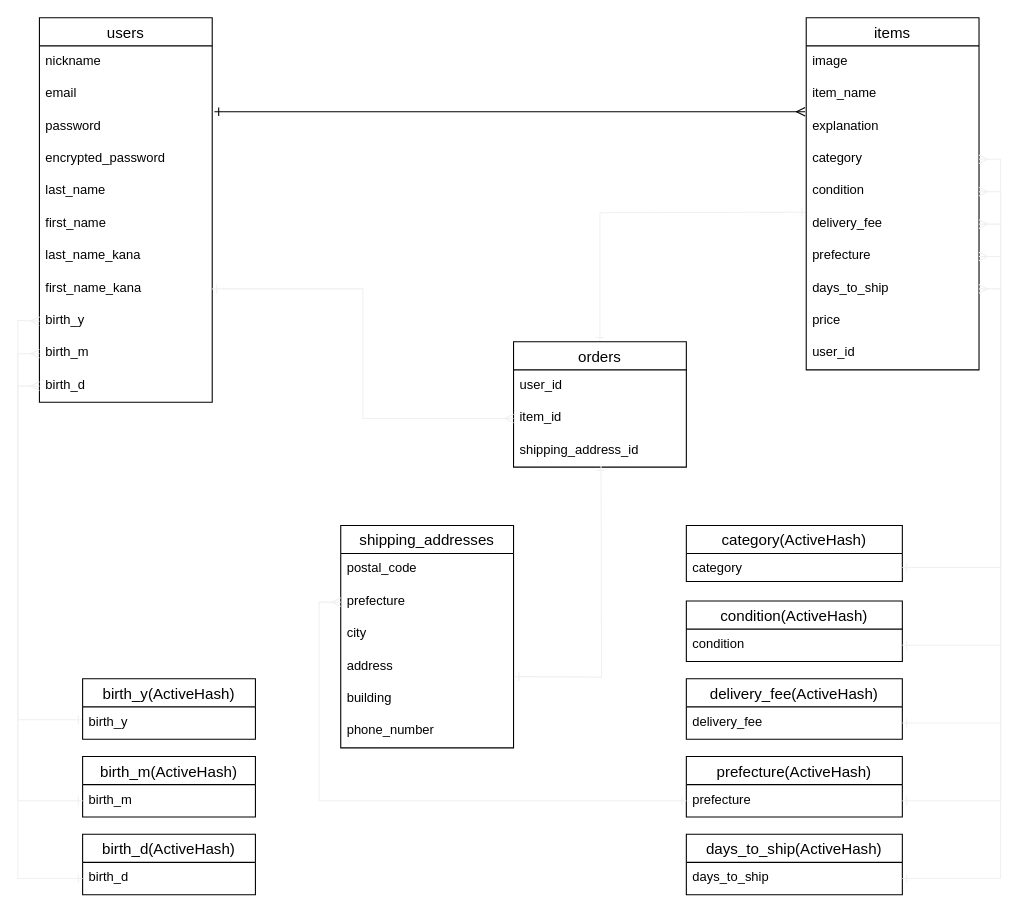
Before: furima.dio in 30155/furima-36764, a draw.io diagram. Source tidied: cells renumbered, new cells numbered last; positions are measured from the earlier drawing's top-left corner, leaving out a move shared by most shapes. Both pictures are drawn from the tidied source at 108%, with x=0, y=0 at pixel (17, 17).
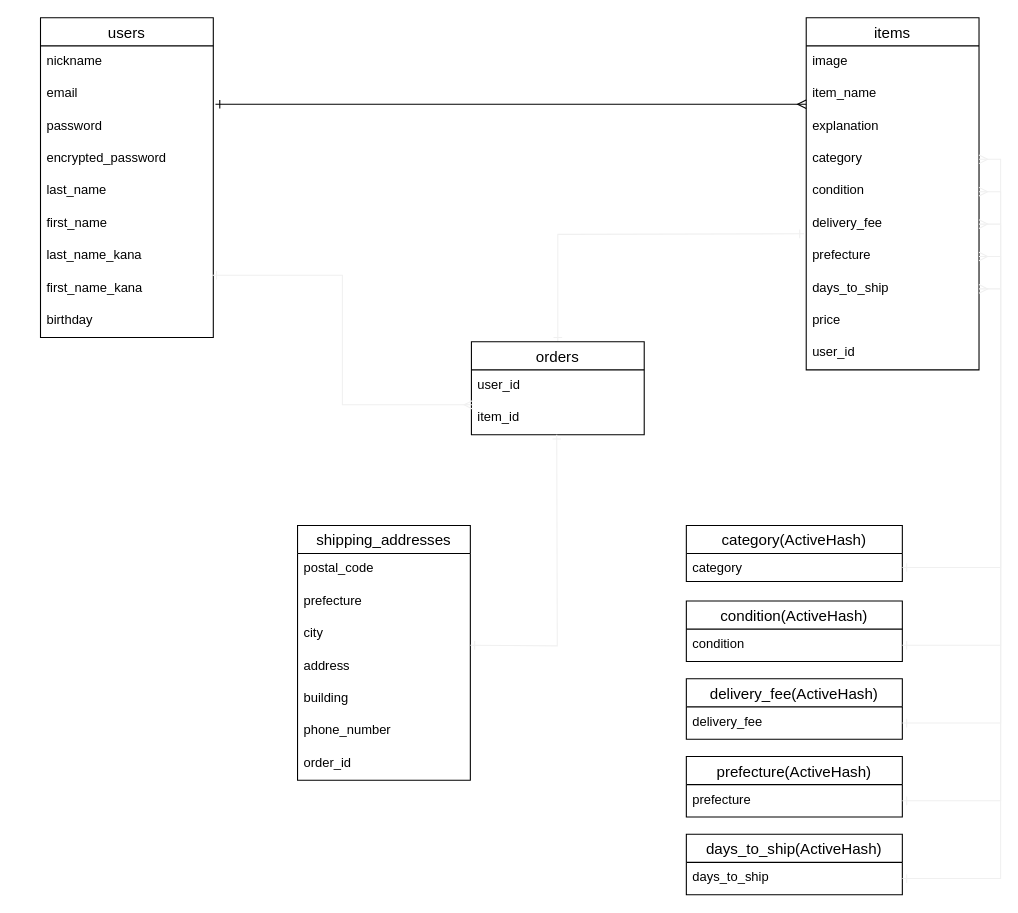
The same page after the edit.

Commit message (it also covers changes not shown here):
データベース設計（修正1）

The change refers to these unchanged cells:
```xml
<mxCell id="9" value="last_name_kana" style="text;strokeColor=none;fillColor=none;spacingLeft=4;spacingRight=4;overflow=hidden;points=[[0,0.5],[1,0.5]];portConstraint=eastwest;fontSize=12;" parent="2" vertex="1">
  <mxGeometry y="206" width="160" height="30" as="geometry" />
</mxCell>
<mxCell id="10" value="first_name_kana" style="text;strokeColor=none;fillColor=none;spacingLeft=4;spacingRight=4;overflow=hidden;points=[[0,0.5],[1,0.5]];portConstraint=eastwest;fontSize=12;" parent="2" vertex="1">
  <mxGeometry y="236" width="160" height="30" as="geometry" />
</mxCell>
<mxCell id="29" value="prefecture" style="text;strokeColor=none;fillColor=none;spacingLeft=4;spacingRight=4;overflow=hidden;points=[[0,0.5],[1,0.5]];portConstraint=eastwest;fontSize=12;" parent="27" vertex="1">
  <mxGeometry y="56" width="160" height="30" as="geometry" />
</mxCell>
<mxCell id="36" value="prefecture" style="text;strokeColor=none;fillColor=none;spacingLeft=4;spacingRight=4;overflow=hidden;points=[[0,0.5],[1,0.5]];portConstraint=eastwest;fontSize=12;" parent="35" vertex="1">
  <mxGeometry y="26" width="200" height="30" as="geometry" />
</mxCell>
<mxCell id="62" value="item_id" style="text;strokeColor=none;fillColor=none;spacingLeft=4;spacingRight=4;overflow=hidden;points=[[0,0.5],[1,0.5]];portConstraint=eastwest;fontSize=12;" parent="60" vertex="1">
  <mxGeometry y="56" width="160" height="30" as="geometry" />
</mxCell>
```

The edit, as a diff of the source:
```diff
@@
     <mxCell id="2" value="users" style="swimlane;fontStyle=0;horizontal=1;startSize=26;align=center;fontSize=14;" parent="1" vertex="1">
-      <mxGeometry x="20" width="160" height="356" as="geometry" />
+      <mxGeometry x="21" width="160" height="296" as="geometry" />
     </mxCell>
@@
-    <mxCell id="11" value="birth_y&#10;" style="text;strokeColor=none;fillColor=none;spacingLeft=4;spacingRight=4;overflow=hidden;points=[[0,0.5],[1,0.5]];portConstraint=eastwest;fontSize=12;" parent="2" vertex="1">
+    <mxCell id="11" value="birthday&#10;" style="text;strokeColor=none;fillColor=none;spacingLeft=4;spacingRight=4;overflow=hidden;points=[[0,0.5],[1,0.5]];portConstraint=eastwest;fontSize=12;" parent="2" vertex="1">
       <mxGeometry y="266" width="160" height="30" as="geometry" />
     </mxCell>
-    <mxCell id="12" value="birth_m" style="text;strokeColor=none;fillColor=none;spacingLeft=4;spacingRight=4;overflow=hidden;points=[[0,0.5],[1,0.5]];portConstraint=eastwest;fontSize=12;" parent="2" vertex="1">
-      <mxGeometry y="296" width="160" height="30" as="geometry" />
-    </mxCell>
-    <mxCell id="13" value="birth_d&#10;" style="text;strokeColor=none;fillColor=none;spacingLeft=4;spacingRight=4;overflow=hidden;points=[[0,0.5],[1,0.5]];portConstraint=eastwest;fontSize=12;" parent="2" vertex="1">
-      <mxGeometry y="326" width="160" height="30" as="geometry" />
-    </mxCell>
     <mxCell id="14" style="edgeStyle=orthogonalEdgeStyle;rounded=0;jettySize=auto;html=1;endArrow=ERone;endFill=0;strokeColor=#f0f0f0;strokeWidth=1;entryX=0.5;entryY=0;entryDx=0;entryDy=0;startArrow=ERone;startFill=0;" parent="1" edge="1" target="60">
       <mxGeometry relative="1" as="geometry">
-        <mxPoint x="730" y="180" as="sourcePoint" />
+        <mxPoint x="728" y="200" as="sourcePoint" />
       </mxGeometry>
     </mxCell>
@@
     <mxCell id="27" value="shipping_addresses" style="swimlane;fontStyle=0;horizontal=1;startSize=26;align=center;fontSize=14;" parent="1" vertex="1">
-      <mxGeometry x="299" y="470" width="160" height="206" as="geometry" />
+      <mxGeometry x="259" y="470" width="160" height="236" as="geometry" />
     </mxCell>
@@
+    <mxCell id="63" value="order_id" style="text;strokeColor=none;fillColor=none;spacingLeft=4;spacingRight=4;overflow=hidden;fontSize=12;" parent="27" vertex="1">
+      <mxGeometry y="206" width="160" height="30" as="geometry" />
+    </mxCell>
     <mxCell id="34" style="edgeStyle=entityRelationEdgeStyle;fontSize=12;html=1;endArrow=ERmany;startArrow=ERone;startFill=0;endFill=0;" parent="1" edge="1">
       <mxGeometry relative="1" as="geometry">
-        <mxPoint x="182" y="87" as="sourcePoint" />
-        <mxPoint x="729" y="87" as="targetPoint" />
+        <mxPoint x="183" y="80" as="sourcePoint" />
+        <mxPoint x="730" y="80" as="targetPoint" />
       </mxGeometry>
     </mxCell>
@@
-    <mxCell id="45" style="edgeStyle=orthogonalEdgeStyle;rounded=0;jettySize=auto;html=1;entryX=0;entryY=0.5;entryDx=0;entryDy=0;endArrow=ERmany;endFill=0;strokeColor=#f0f0f0;strokeWidth=1;startArrow=ERone;startFill=0;" parent="1" edge="1" source="36" target="29">
-      <mxGeometry relative="1" as="geometry" />
-    </mxCell>
@@
-    <mxCell id="51" style="edgeStyle=orthogonalEdgeStyle;rounded=0;jettySize=auto;html=1;startArrow=ERone;startFill=0;endArrow=ERmany;endFill=0;strokeColor=#f0f0f0;strokeWidth=1;entryX=0;entryY=0.5;entryDx=0;entryDy=0;" parent="1" edge="1" source="52" target="11">
-      <mxGeometry relative="1" as="geometry">
-        <Array as="points">
-          <mxPoint y="650" />
-          <mxPoint y="280" />
-          <mxPoint x="20" y="280" />
-        </Array>
-      </mxGeometry>
-    </mxCell>
-    <mxCell id="52" value="birth_y(ActiveHash)" style="swimlane;fontStyle=0;horizontal=1;startSize=26;align=center;fontSize=14;" parent="1" vertex="1">
-      <mxGeometry x="60" y="612" width="160" height="56" as="geometry" />
-    </mxCell>
-    <mxCell id="53" value="birth_y" style="text;strokeColor=none;fillColor=none;spacingLeft=4;spacingRight=4;overflow=hidden;fontSize=12;" parent="52" vertex="1">
-      <mxGeometry y="26" width="160" height="30" as="geometry" />
-    </mxCell>
-    <mxCell id="54" value="birth_m(ActiveHash)" style="swimlane;fontStyle=0;horizontal=1;startSize=26;align=center;fontSize=14;" parent="1" vertex="1">
-      <mxGeometry x="60" y="684" width="160" height="56" as="geometry" />
-    </mxCell>
-    <mxCell id="55" value="birth_m" style="text;strokeColor=none;fillColor=none;spacingLeft=4;spacingRight=4;overflow=hidden;points=[[0,0.5],[1,0.5]];portConstraint=eastwest;fontSize=12;" parent="54" vertex="1">
-      <mxGeometry y="26" width="160" height="30" as="geometry" />
-    </mxCell>
-    <mxCell id="56" value="birth_d(ActiveHash)" style="swimlane;fontStyle=0;horizontal=1;startSize=26;align=center;fontSize=14;" parent="1" vertex="1">
-      <mxGeometry x="60" y="756" width="160" height="56" as="geometry" />
-    </mxCell>
-    <mxCell id="57" value="birth_d&#10;" style="text;strokeColor=none;fillColor=none;spacingLeft=4;spacingRight=4;overflow=hidden;points=[[0,0.5],[1,0.5]];portConstraint=eastwest;fontSize=12;" parent="56" vertex="1">
-      <mxGeometry y="26" width="160" height="30" as="geometry" />
-    </mxCell>
-    <mxCell id="58" style="edgeStyle=orthogonalEdgeStyle;rounded=0;jettySize=auto;html=1;startArrow=ERone;startFill=0;endArrow=ERmany;endFill=0;strokeColor=#f0f0f0;strokeWidth=1;entryX=0;entryY=0.5;entryDx=0;entryDy=0;" parent="1" edge="1" source="55" target="12">
-      <mxGeometry relative="1" as="geometry">
-        <Array as="points">
-          <mxPoint y="725" />
-          <mxPoint y="311" />
-        </Array>
-      </mxGeometry>
-    </mxCell>
-    <mxCell id="59" style="edgeStyle=orthogonalEdgeStyle;rounded=0;jettySize=auto;html=1;startArrow=ERone;startFill=0;endArrow=ERmany;endFill=0;strokeColor=#f0f0f0;strokeWidth=1;entryX=0;entryY=0.5;entryDx=0;entryDy=0;" parent="1" edge="1" source="57" target="13">
-      <mxGeometry relative="1" as="geometry" />
-    </mxCell>
     <mxCell id="60" value="orders" style="swimlane;fontStyle=0;horizontal=1;startSize=26;align=center;fontSize=14;" parent="1" vertex="1">
-      <mxGeometry x="459" y="300" width="160" height="116" as="geometry" />
+      <mxGeometry x="420" y="300" width="160" height="86" as="geometry" />
     </mxCell>
@@
-    <mxCell id="63" value="shipping_address_id" style="text;strokeColor=none;fillColor=none;spacingLeft=4;spacingRight=4;overflow=hidden;fontSize=12;" parent="60" vertex="1">
-      <mxGeometry y="86" width="160" height="30" as="geometry" />
-    </mxCell>
     <mxCell id="64" style="edgeStyle=orthogonalEdgeStyle;rounded=0;orthogonalLoop=1;jettySize=auto;html=1;startArrow=ERone;startFill=0;endArrow=ERone;endFill=0;strokeColor=#f0f0f0;strokeWidth=1;" parent="1" edge="1">
       <mxGeometry relative="1" as="geometry">
-        <mxPoint x="460" y="610" as="sourcePoint" />
-        <mxPoint x="540" y="415" as="targetPoint" />
+        <mxPoint x="419" y="581" as="sourcePoint" />
+        <mxPoint x="499" y="386" as="targetPoint" />
       </mxGeometry>
     </mxCell>
-    <mxCell id="65" style="edgeStyle=orthogonalEdgeStyle;rounded=0;jettySize=auto;html=1;exitX=1;exitY=0.5;exitDx=0;exitDy=0;entryX=0;entryY=0.5;entryDx=0;entryDy=0;startArrow=ERone;startFill=0;endArrow=ERmany;endFill=0;strokeColor=#f0f0f0;strokeWidth=1;" parent="1" edge="1" source="10" target="62">
+    <mxCell id="65" style="edgeStyle=orthogonalEdgeStyle;rounded=0;jettySize=auto;html=1;exitX=0.994;exitY=1.078;exitDx=0;exitDy=0;entryX=0.008;entryY=0.078;entryDx=0;entryDy=0;startArrow=ERone;startFill=0;endArrow=ERmany;endFill=0;strokeColor=#f0f0f0;strokeWidth=1;entryPerimeter=0;exitPerimeter=0;" parent="1" edge="1" source="9" target="62">
       <mxGeometry relative="1" as="geometry" />
     </mxCell>
```
